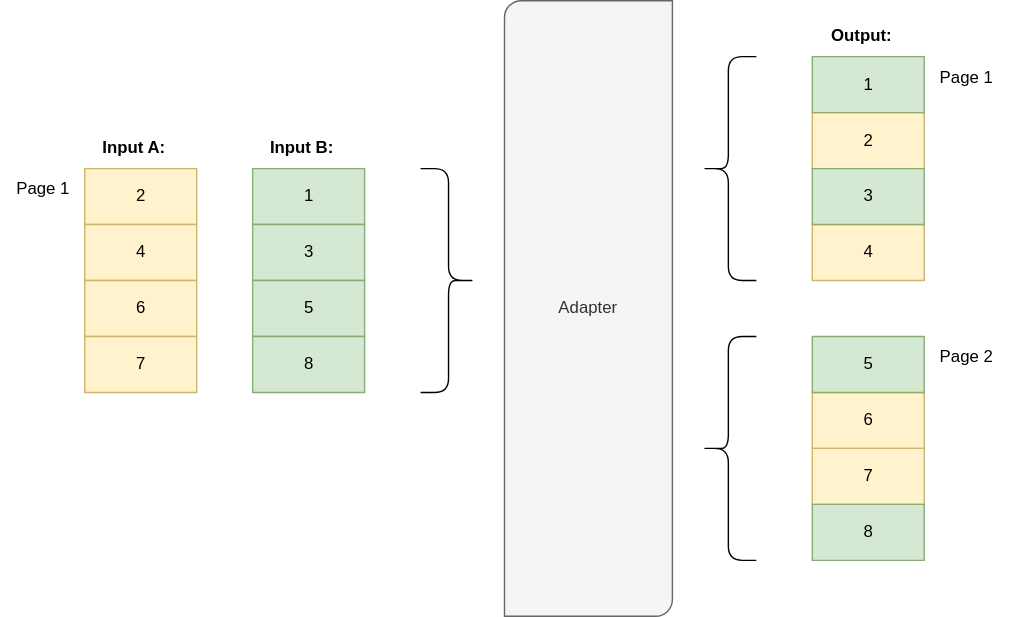
Before: images/MergeResponsesSimple.svg, a diagram exported from draw.io (cwahlmann/searchadapter). Source tidied: cells renumbered, new cells last; positions are measured from the earlier drawing's top-left corner, leaving out a move shared by most shapes.
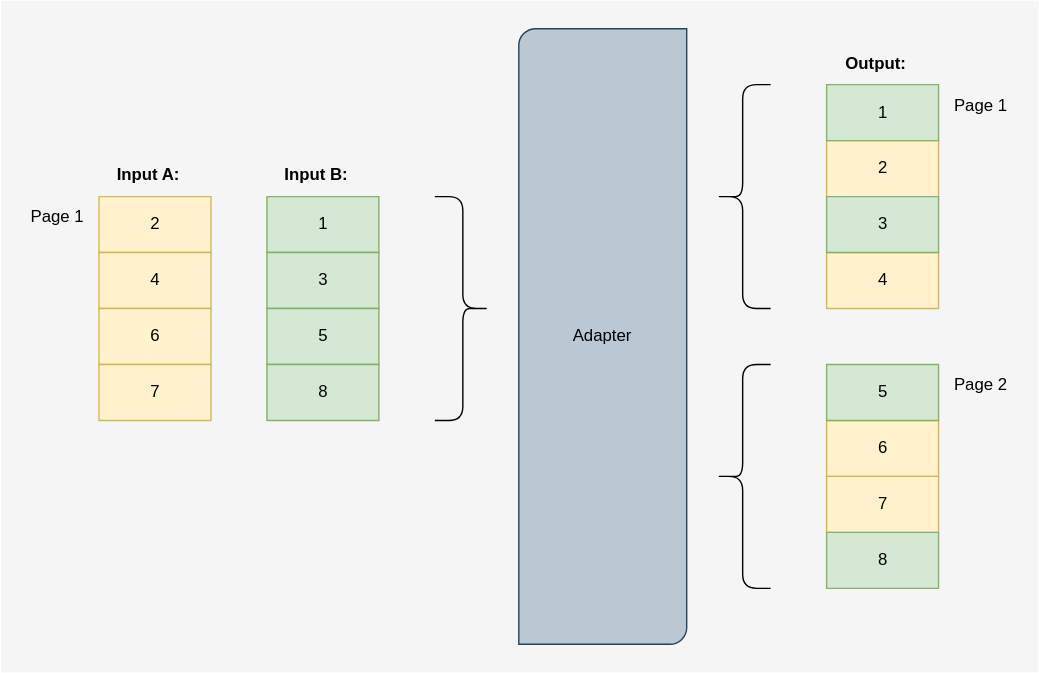
The same file after the commit.

What changed in the source:
```diff
@@ -2,6 +2,9 @@
   <root>
     <mxCell id="0" />
     <mxCell id="1" parent="0" />
+    <mxCell id="28" style="rounded=0;whiteSpace=wrap;html=1;fillColor=#f5f5f5;strokeColor=none;fontColor=#333333;" parent="1" vertex="1">
+      <mxGeometry x="-10" y="-20" width="741" height="480" as="geometry" />
+    </mxCell>
     <mxCell id="2" value="2" style="verticalLabelPosition=middle;verticalAlign=middle;html=1;shape=mxgraph.basic.rect;fillColor2=none;strokeWidth=1;size=20;indent=5;labelPosition=center;align=center;fillColor=#fff2cc;strokeColor=#d6b656;" parent="1" vertex="1">
       <mxGeometry x="60" y="120" width="80" height="40" as="geometry" />
     </mxCell>
@@ -20,7 +23,7 @@
     <mxCell id="7" value="Page 1" style="text;html=1;align=center;verticalAlign=middle;strokeColor=none;fillColor=none;" parent="1" vertex="1">
       <mxGeometry x="660" y="40" width="60" height="30" as="geometry" />
     </mxCell>
-    <mxCell id="8" value="Adapter" style="verticalLabelPosition=middle;verticalAlign=middle;html=1;shape=mxgraph.basic.diag_round_rect;dx=6;whiteSpace=wrap;labelPosition=center;align=center;fillColor=#f5f5f5;fontColor=#333333;strokeColor=#666666;" parent="1" vertex="1">
+    <mxCell id="8" value="Adapter" style="verticalLabelPosition=middle;verticalAlign=middle;html=1;shape=mxgraph.basic.diag_round_rect;dx=6;whiteSpace=wrap;labelPosition=center;align=center;fillColor=#bac8d3;strokeColor=#23445d;" parent="1" vertex="1">
       <mxGeometry x="360" width="120" height="440" as="geometry" />
     </mxCell>
     <mxCell id="9" style="shape=curlyBracket;whiteSpace=wrap;html=1;rounded=1;flipH=1;labelPosition=right;verticalLabelPosition=middle;align=left;verticalAlign=middle;" parent="1" vertex="1">
```
